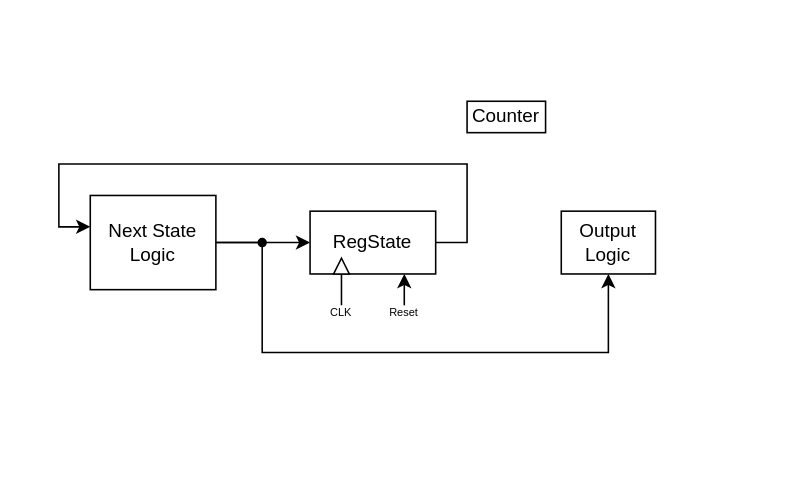
Above: control_unit.drawio in FranciscoPRosa/NEEC_test (draw.io), before the change. Source tidied: cells renumbered, new cells numbered last; positions are measured from the earlier drawing's top-left corner, leaving out a move shared by most shapes. Both pictures are drawn from the tidied source at 157%, with x=0, y=0 at pixel (58, 100).
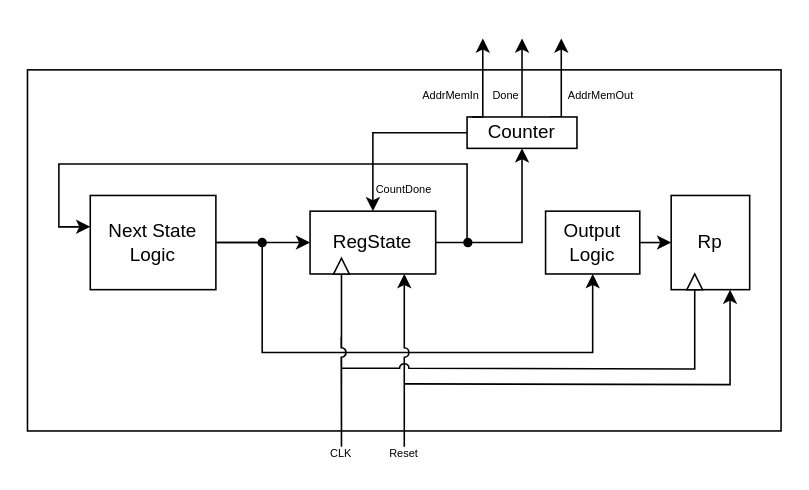
Above is the later version.

The change refers to these unchanged cells:
```xml
<mxCell id="8" value="RegState" style="rounded=0;whiteSpace=wrap;html=1;" parent="1" vertex="1">
  <mxGeometry x="160" y="70" width="80" height="40" as="geometry" />
</mxCell>
<mxCell id="10" style="triangle;whiteSpace=wrap;html=1;rotation=-90;" parent="1" vertex="1">
  <mxGeometry x="175" y="100" width="10" height="10" as="geometry" />
</mxCell>
<mxCell id="15" style="ellipse;whiteSpace=wrap;html=1;fillColor=#000000;" parent="1" vertex="1">
  <mxGeometry x="127" y="87.5" width="5" height="5" as="geometry" />
</mxCell>
```

Change to the diagram source:
```diff
@@
+    <mxCell id="17" style="rounded=0;whiteSpace=wrap;html=1;" parent="1" vertex="1">
+      <mxGeometry x="-20" y="-20" width="480" height="230" as="geometry" />
+    </mxCell>
@@
     <mxCell id="3" style="edgeStyle=orthogonalEdgeStyle;rounded=0;jettySize=auto;html=1;" parent="1" edge="1" source="15" target="11">
       <mxGeometry relative="1" as="geometry">
         <Array as="points">
-          <mxPoint x="130" y="90" />
-          <mxPoint x="130" y="160" />
-          <mxPoint x="350" y="160" />
+          <mxPoint x="129" y="160" />
+          <mxPoint x="340" y="160" />
         </Array>
       </mxGeometry>
     </mxCell>
@@
-    <mxCell id="7" style="edgeStyle=orthogonalEdgeStyle;rounded=0;jettySize=auto;html=1;exitX=0.75;exitY=1;exitDx=0;exitDy=0;endArrow=none;endFill=0;startArrow=classic;startFill=1;" parent="1" edge="1" source="8">
-      <mxGeometry relative="1" as="geometry">
-        <mxPoint x="220" y="130" as="targetPoint" />
-      </mxGeometry>
+    <mxCell id="7" style="edgeStyle=orthogonalEdgeStyle;rounded=0;jettySize=auto;html=1;exitX=0.75;exitY=1;exitDx=0;exitDy=0;endArrow=none;endFill=0;startArrow=classic;startFill=1;entryX=0.5;entryY=0;entryDx=0;entryDy=0;jumpStyle=arc;" parent="1" edge="1" source="8" target="13">
+      <mxGeometry relative="1" as="geometry" />
     </mxCell>
+    <mxCell id="18" style="edgeStyle=orthogonalEdgeStyle;rounded=0;jettySize=auto;html=1;exitX=1;exitY=0.5;exitDx=0;exitDy=0;entryX=0.5;entryY=1;entryDx=0;entryDy=0;" parent="1" edge="1" source="24" target="16">
+      <mxGeometry relative="1" as="geometry" />
+    </mxCell>
@@
-    <mxCell id="9" style="edgeStyle=orthogonalEdgeStyle;rounded=0;jettySize=auto;html=1;endArrow=none;endFill=0;" parent="1" edge="1" source="10">
+    <mxCell id="9" style="edgeStyle=orthogonalEdgeStyle;rounded=0;jettySize=auto;html=1;endArrow=none;endFill=0;jumpStyle=arc;exitX=0;exitY=0.5;exitDx=0;exitDy=0;" parent="1" edge="1" source="10">
       <mxGeometry relative="1" as="geometry">
-        <mxPoint x="180" y="120" as="targetPoint" />
+        <mxPoint x="179.8" y="150" as="targetPoint" />
+        <Array as="points">
+          <mxPoint x="180" y="220" />
+        </Array>
       </mxGeometry>
     </mxCell>
@@
+    <mxCell id="19" style="edgeStyle=orthogonalEdgeStyle;rounded=0;jettySize=auto;html=1;" parent="1" edge="1" source="11">
+      <mxGeometry relative="1" as="geometry">
+        <mxPoint x="390" y="90" as="targetPoint" />
+      </mxGeometry>
+    </mxCell>
     <mxCell id="11" value="&lt;div&gt;Output&lt;/div&gt;&lt;div&gt;Logic&lt;br&gt;&lt;/div&gt;" style="rounded=0;whiteSpace=wrap;html=1;" parent="1" vertex="1">
-      <mxGeometry x="320" y="70" width="60" height="40" as="geometry" />
+      <mxGeometry x="310" y="70" width="60" height="40" as="geometry" />
     </mxCell>
     <mxCell id="12" value="CLK" style="text;html=1;align=center;verticalAlign=middle;whiteSpace=wrap;rounded=0;fontSize=7;" parent="1" vertex="1">
-      <mxGeometry x="175" y="130" width="10" height="10" as="geometry" />
+      <mxGeometry x="175" y="220" width="10" height="10" as="geometry" />
     </mxCell>
+    <mxCell id="20" style="edgeStyle=orthogonalEdgeStyle;rounded=0;jettySize=auto;html=1;entryX=0.75;entryY=1;entryDx=0;entryDy=0;" parent="1" edge="1" target="29">
+      <mxGeometry relative="1" as="geometry">
+        <mxPoint x="220" y="180" as="sourcePoint" />
+      </mxGeometry>
+    </mxCell>
     <mxCell id="13" value="Reset" style="text;html=1;align=center;verticalAlign=middle;whiteSpace=wrap;rounded=0;fontSize=7;" parent="1" vertex="1">
-      <mxGeometry x="210" y="130" width="20" height="10" as="geometry" />
+      <mxGeometry x="210" y="220" width="20" height="10" as="geometry" />
     </mxCell>
@@
+    <mxCell id="21" style="edgeStyle=orthogonalEdgeStyle;rounded=0;jettySize=auto;html=1;exitX=0.75;exitY=0;exitDx=0;exitDy=0;" parent="1" edge="1" source="16">
+      <mxGeometry relative="1" as="geometry">
+        <mxPoint x="320" y="-40" as="targetPoint" />
+        <Array as="points">
+          <mxPoint x="320" y="10" />
+          <mxPoint x="320" y="-30" />
+        </Array>
+      </mxGeometry>
+    </mxCell>
+    <mxCell id="22" style="edgeStyle=orthogonalEdgeStyle;rounded=0;jettySize=auto;html=1;" parent="1" edge="1" source="16">
+      <mxGeometry relative="1" as="geometry">
+        <mxPoint x="295" y="-40" as="targetPoint" />
+      </mxGeometry>
+    </mxCell>
+    <mxCell id="23" style="edgeStyle=orthogonalEdgeStyle;rounded=0;jettySize=auto;html=1;entryX=0.5;entryY=0;entryDx=0;entryDy=0;" parent="1" edge="1" source="16" target="8">
+      <mxGeometry relative="1" as="geometry" />
+    </mxCell>
     <mxCell id="16" value="Counter" style="rounded=0;whiteSpace=wrap;html=1;" parent="1" vertex="1">
-      <mxGeometry x="260" width="50" height="20" as="geometry" />
+      <mxGeometry x="260" y="10" width="70" height="20" as="geometry" />
     </mxCell>
+    <mxCell id="24" style="ellipse;whiteSpace=wrap;html=1;fillColor=#000000;" parent="1" vertex="1">
+      <mxGeometry x="258" y="87.5" width="5" height="5" as="geometry" />
+    </mxCell>
+    <mxCell id="25" value="&lt;font style=&quot;font-size: 7px;&quot;&gt;AddrMemIn&lt;/font&gt;" style="text;html=1;align=center;verticalAlign=middle;whiteSpace=wrap;rounded=0;" parent="1" vertex="1">
+      <mxGeometry x="230" y="-10" width="40" height="10" as="geometry" />
+    </mxCell>
+    <mxCell id="26" value="&lt;font style=&quot;font-size: 7px;&quot;&gt;AddrMemOut&lt;/font&gt;" style="text;html=1;align=center;verticalAlign=middle;whiteSpace=wrap;rounded=0;" parent="1" vertex="1">
+      <mxGeometry x="321" y="-10" width="49" height="10" as="geometry" />
+    </mxCell>
+    <mxCell id="27" style="edgeStyle=orthogonalEdgeStyle;rounded=0;orthogonalLoop=1;jettySize=auto;html=1;exitX=0.75;exitY=0;exitDx=0;exitDy=0;" parent="1" edge="1">
+      <mxGeometry relative="1" as="geometry">
+        <mxPoint x="263" y="10" as="sourcePoint" />
+        <mxPoint x="270" y="-40" as="targetPoint" />
+        <Array as="points">
+          <mxPoint x="270" y="10" />
+          <mxPoint x="270" y="-30" />
+        </Array>
+      </mxGeometry>
+    </mxCell>
+    <mxCell id="28" value="&lt;font style=&quot;font-size: 7px;&quot;&gt;Done&lt;/font&gt;" style="text;html=1;align=center;verticalAlign=middle;whiteSpace=wrap;rounded=0;" parent="1" vertex="1">
+      <mxGeometry x="275" y="-10" width="20" height="10" as="geometry" />
+    </mxCell>
+    <mxCell id="29" value="Rp" style="rounded=0;whiteSpace=wrap;html=1;" parent="1" vertex="1">
+      <mxGeometry x="390" y="60" width="50" height="60" as="geometry" />
+    </mxCell>
+    <mxCell id="30" style="triangle;whiteSpace=wrap;html=1;rotation=-90;" parent="1" vertex="1">
+      <mxGeometry x="400" y="110" width="10" height="10" as="geometry" />
+    </mxCell>
+    <mxCell id="31" style="edgeStyle=orthogonalEdgeStyle;rounded=0;jettySize=auto;html=1;entryX=0;entryY=0.5;entryDx=0;entryDy=0;endArrow=none;endFill=0;jumpStyle=arc;" parent="1" edge="1" target="30">
+      <mxGeometry relative="1" as="geometry">
+        <mxPoint x="180" y="170" as="sourcePoint" />
+      </mxGeometry>
+    </mxCell>
+    <mxCell id="32" value="&lt;font style=&quot;font-size: 7px;&quot;&gt;CountDone&lt;/font&gt;" style="text;html=1;align=center;verticalAlign=middle;whiteSpace=wrap;rounded=0;" parent="1" vertex="1">
+      <mxGeometry x="200" y="50" width="40" height="10" as="geometry" />
+    </mxCell>
```
